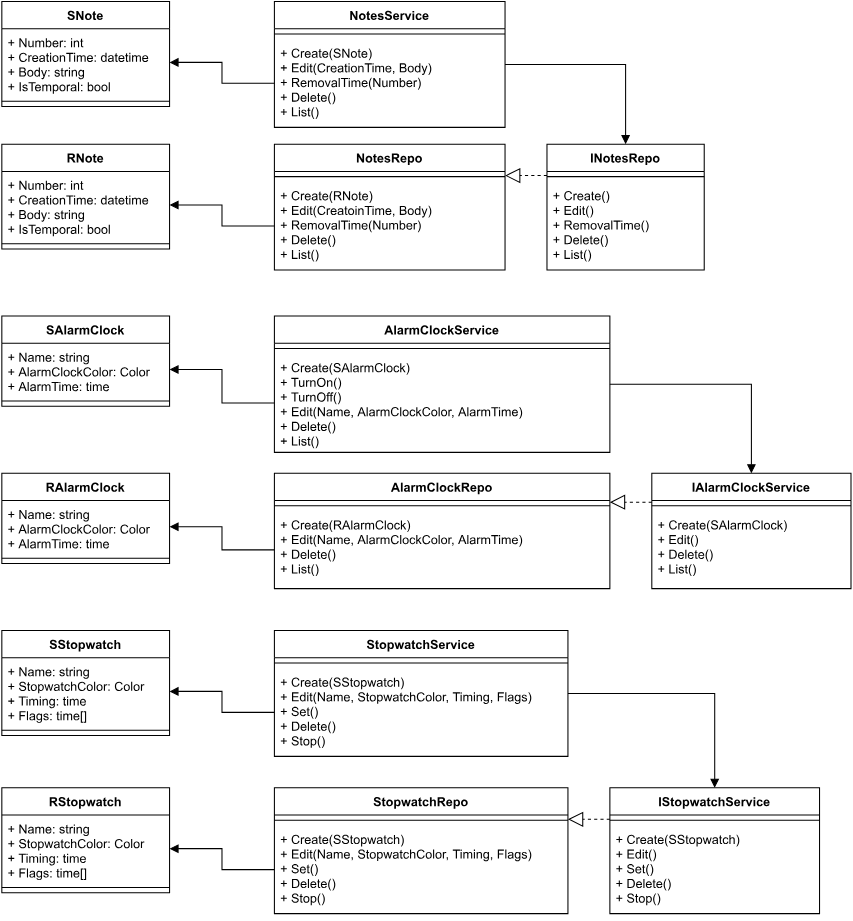
Earlier version of the draw.io export Лаба-UML данных и логики.svg (izen57/PPO). Source tidied: cells renumbered, new cells last; positions are measured from the earlier drawing's top-left corner, leaving out a move shared by most shapes.
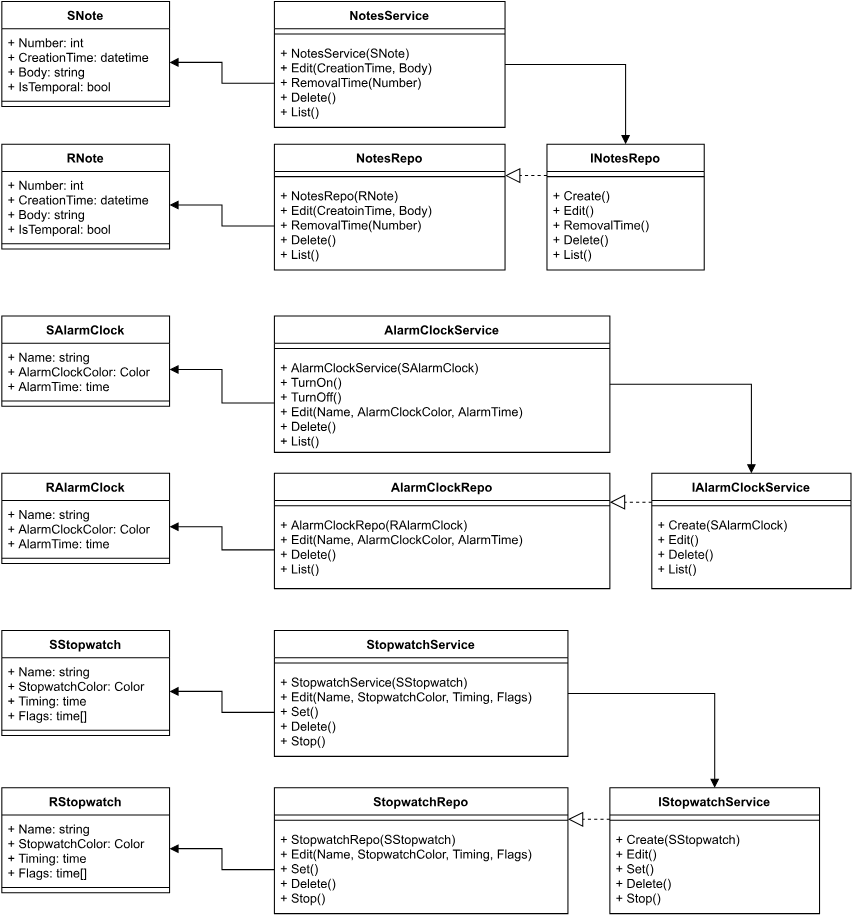
Above is the later version.

The edit, as a diff of the source:
```diff
@@ -17,7 +17,7 @@
     <mxCell id="6" style="line;strokeWidth=1;fillColor=none;align=left;verticalAlign=middle;spacingTop=-1;spacingLeft=3;spacingRight=3;labelPosition=right;" parent="5" vertex="1">
       <mxGeometry y="26" width="220" height="10" as="geometry" />
     </mxCell>
-    <mxCell id="7" value="+ Create(SNote)&#10;+ Edit(CreationTime, Body)&#10;+ RemovalTime(Number)&#10;+ Delete()&#10;+ List()&#10;" style="text;strokeColor=none;fillColor=none;align=left;verticalAlign=top;spacingLeft=4;spacingRight=4;overflow=hidden;points=[[0,0.5],[1,0.5]];portConstraint=eastwest;" parent="5" vertex="1">
+    <mxCell id="7" value="+ NotesService(SNote)&#10;+ Edit(CreationTime, Body)&#10;+ RemovalTime(Number)&#10;+ Delete()&#10;+ List()&#10;" style="text;strokeColor=none;fillColor=none;align=left;verticalAlign=top;spacingLeft=4;spacingRight=4;overflow=hidden;points=[[0,0.5],[1,0.5]];portConstraint=eastwest;" parent="5" vertex="1">
       <mxGeometry y="36" width="220" height="84" as="geometry" />
     </mxCell>
     <mxCell id="8" style="endArrow=block;endFill=1;html=1;align=left;verticalAlign=top;rounded=0;exitX=0;exitY=0.5;exitDx=0;exitDy=0;edgeStyle=elbowEdgeStyle;entryX=1;entryY=0.5;entryDx=0;entryDy=0;" parent="1" edge="1" source="7" target="3">
@@ -31,7 +31,7 @@
     <mxCell id="10" style="line;strokeWidth=1;fillColor=none;align=left;verticalAlign=middle;spacingTop=-1;spacingLeft=3;spacingRight=3;labelPosition=right;" parent="9" vertex="1">
       <mxGeometry y="26" width="220" height="10" as="geometry" />
     </mxCell>
-    <mxCell id="11" value="+ Create(RNote)&#10;+ Edit(CreatoinTime, Body)&#10;+ RemovalTime(Number)&#10;+ Delete()&#10;+ List()" style="text;strokeColor=none;fillColor=none;align=left;verticalAlign=top;spacingLeft=4;spacingRight=4;overflow=hidden;points=[[0,0.5],[1,0.5]];portConstraint=eastwest;" parent="9" vertex="1">
+    <mxCell id="11" value="+ NotesRepo(RNote)&#10;+ Edit(CreatoinTime, Body)&#10;+ RemovalTime(Number)&#10;+ Delete()&#10;+ List()" style="text;strokeColor=none;fillColor=none;align=left;verticalAlign=top;spacingLeft=4;spacingRight=4;overflow=hidden;points=[[0,0.5],[1,0.5]];portConstraint=eastwest;" parent="9" vertex="1">
       <mxGeometry y="36" width="220" height="84" as="geometry" />
     </mxCell>
     <mxCell id="12" value="RNote" style="swimlane;fontStyle=1;align=center;verticalAlign=top;horizontal=1;startSize=26;" parent="1" vertex="1">
@@ -67,7 +67,7 @@
     <mxCell id="22" style="line;strokeWidth=1;fillColor=none;align=left;verticalAlign=middle;spacingTop=-1;spacingLeft=3;spacingRight=3;labelPosition=right;" parent="21" vertex="1">
       <mxGeometry y="26" width="320" height="10" as="geometry" />
     </mxCell>
-    <mxCell id="23" value="+ Create(SAlarmClock)&#10;+ TurnOn()&#10;+ TurnOff()&#10;+ Edit(Name, AlarmClockColor, AlarmTime)&#10;+ Delete()&#10;+ List()&#10;" style="text;strokeColor=none;fillColor=none;align=left;verticalAlign=top;spacingLeft=4;spacingRight=4;overflow=hidden;points=[[0,0.5],[1,0.5]];portConstraint=eastwest;" parent="21" vertex="1">
+    <mxCell id="23" value="+ AlarmClockService(SAlarmClock)&#10;+ TurnOn()&#10;+ TurnOff()&#10;+ Edit(Name, AlarmClockColor, AlarmTime)&#10;+ Delete()&#10;+ List()&#10;" style="text;strokeColor=none;fillColor=none;align=left;verticalAlign=top;spacingLeft=4;spacingRight=4;overflow=hidden;points=[[0,0.5],[1,0.5]];portConstraint=eastwest;" parent="21" vertex="1">
       <mxGeometry y="36" width="320" height="94" as="geometry" />
     </mxCell>
     <mxCell id="24" style="endArrow=block;endFill=1;html=1;edgeStyle=orthogonalEdgeStyle;align=left;verticalAlign=top;rounded=0;entryX=1;entryY=0.5;entryDx=0;entryDy=0;exitX=0;exitY=0.5;exitDx=0;exitDy=0;" parent="1" edge="1" source="23" target="19">
@@ -81,7 +81,7 @@
     <mxCell id="26" style="line;strokeWidth=1;fillColor=none;align=left;verticalAlign=middle;spacingTop=-1;spacingLeft=3;spacingRight=3;labelPosition=right;" parent="25" vertex="1">
       <mxGeometry y="26" width="320" height="10" as="geometry" />
     </mxCell>
-    <mxCell id="27" value="+ Create(RAlarmClock)&#10;+ Edit(Name, AlarmClockColor, AlarmTime)&#10;+ Delete()&#10;+ List()&#10;" style="text;strokeColor=none;fillColor=none;align=left;verticalAlign=top;spacingLeft=4;spacingRight=4;overflow=hidden;points=[[0,0.5],[1,0.5]];portConstraint=eastwest;" parent="25" vertex="1">
+    <mxCell id="27" value="+ AlarmClockRepo(RAlarmClock)&#10;+ Edit(Name, AlarmClockColor, AlarmTime)&#10;+ Delete()&#10;+ List()&#10;" style="text;strokeColor=none;fillColor=none;align=left;verticalAlign=top;spacingLeft=4;spacingRight=4;overflow=hidden;points=[[0,0.5],[1,0.5]];portConstraint=eastwest;" parent="25" vertex="1">
       <mxGeometry y="36" width="320" height="74" as="geometry" />
     </mxCell>
     <mxCell id="28" value="RAlarmClock" style="swimlane;fontStyle=1;align=center;verticalAlign=top;horizontal=1;startSize=26;" parent="1" vertex="1">
@@ -117,7 +117,7 @@
     <mxCell id="38" style="line;strokeWidth=1;fillColor=none;align=left;verticalAlign=middle;spacingTop=-1;spacingLeft=3;spacingRight=3;labelPosition=right;" parent="37" vertex="1">
       <mxGeometry y="26" width="280" height="10" as="geometry" />
     </mxCell>
-    <mxCell id="39" value="+ Create(SStopwatch)&#10;+ Edit(Name, StopwatchColor, Timing, Flags)&#10;+ Set()&#10;+ Delete()&#10;+ Stop()&#10;" style="text;strokeColor=none;fillColor=none;align=left;verticalAlign=top;spacingLeft=4;spacingRight=4;overflow=hidden;points=[[0,0.5],[1,0.5]];portConstraint=eastwest;" parent="37" vertex="1">
+    <mxCell id="39" value="+ StopwatchService(SStopwatch)&#10;+ Edit(Name, StopwatchColor, Timing, Flags)&#10;+ Set()&#10;+ Delete()&#10;+ Stop()&#10;" style="text;strokeColor=none;fillColor=none;align=left;verticalAlign=top;spacingLeft=4;spacingRight=4;overflow=hidden;points=[[0,0.5],[1,0.5]];portConstraint=eastwest;" parent="37" vertex="1">
       <mxGeometry y="36" width="280" height="84" as="geometry" />
     </mxCell>
     <mxCell id="40" style="endArrow=block;endFill=1;html=1;edgeStyle=orthogonalEdgeStyle;align=left;verticalAlign=top;rounded=0;entryX=1;entryY=0.5;entryDx=0;entryDy=0;exitX=0;exitY=0.5;exitDx=0;exitDy=0;" parent="1" edge="1" source="39" target="35">
@@ -131,7 +131,7 @@
     <mxCell id="42" style="line;strokeWidth=1;fillColor=none;align=left;verticalAlign=middle;spacingTop=-1;spacingLeft=3;spacingRight=3;labelPosition=right;" parent="41" vertex="1">
       <mxGeometry y="26" width="280" height="10" as="geometry" />
     </mxCell>
-    <mxCell id="43" value="+ Create(SStopwatch)&#10;+ Edit(Name, StopwatchColor, Timing, Flags)&#10;+ Set()&#10;+ Delete()&#10;+ Stop()" style="text;strokeColor=none;fillColor=none;align=left;verticalAlign=top;spacingLeft=4;spacingRight=4;overflow=hidden;points=[[0,0.5],[1,0.5]];portConstraint=eastwest;" parent="41" vertex="1">
+    <mxCell id="43" value="+ StopwatchRepo(SStopwatch)&#10;+ Edit(Name, StopwatchColor, Timing, Flags)&#10;+ Set()&#10;+ Delete()&#10;+ Stop()" style="text;strokeColor=none;fillColor=none;align=left;verticalAlign=top;spacingLeft=4;spacingRight=4;overflow=hidden;points=[[0,0.5],[1,0.5]];portConstraint=eastwest;" parent="41" vertex="1">
       <mxGeometry y="36" width="280" height="84" as="geometry" />
     </mxCell>
     <mxCell id="44" value="RStopwatch" style="swimlane;fontStyle=1;align=center;verticalAlign=top;horizontal=1;startSize=26;" parent="1" vertex="1">
```
